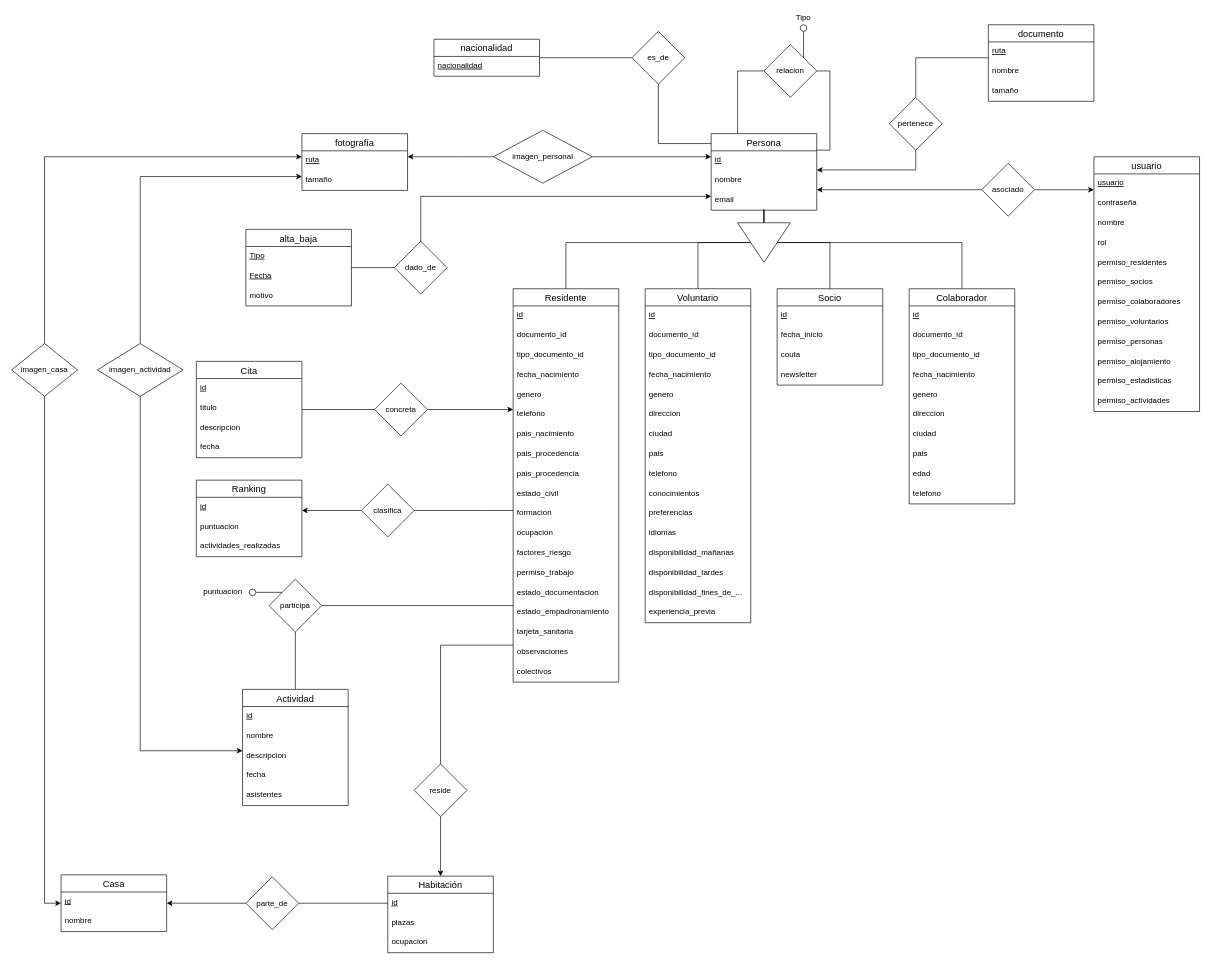
This is diseno/base_de_datos/ER.drawio from corderop/TFG, a draw.io file, before an edit. Source tidied: cells renumbered, new cells numbered last; positions are measured from the earlier drawing's top-left corner, leaving out a move shared by most shapes. Both pictures are drawn from the tidied source at 66%, with x=0, y=0 at pixel (11, 11).
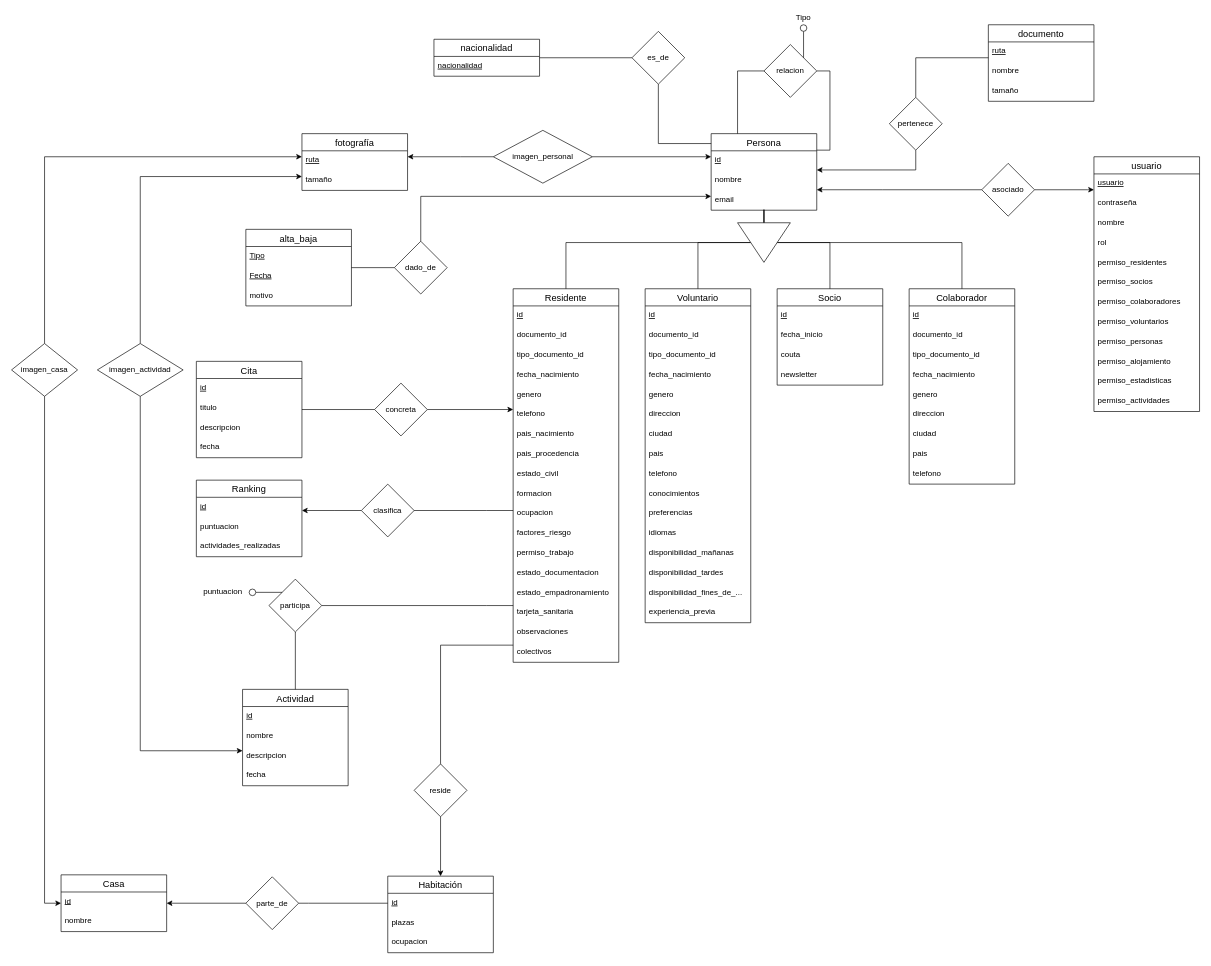
Above is the later version.

Commit message:
diseno: 🐛 Conjunto de correcciones en E/R

- País de procedencia estaba duplicado en residentes
- Elimina la edad de colaborador, ya que se podrá calcular a partir de su fecha de nacimiento
- Elimina el número de asistentes de una actividad, ya que se pueden calcular en base a participa

What changed in the source:
```diff
@@
     <mxCell id="29" value="Colaborador" style="swimlane;fontStyle=0;horizontal=1;startSize=26;align=center;fontSize=14;" parent="1" vertex="1">
-      <mxGeometry x="1360" y="420" width="160" height="326" as="geometry" />
+      <mxGeometry x="1360" y="420" width="160" height="296" as="geometry" />
     </mxCell>
@@
-    <mxCell id="38" value="edad" style="text;strokeColor=none;fillColor=none;spacingLeft=4;spacingRight=4;overflow=hidden;fontSize=12;" parent="29" vertex="1">
-      <mxGeometry y="266" width="160" height="30" as="geometry" />
-    </mxCell>
     <mxCell id="39" value="telefono" style="text;strokeColor=none;fillColor=none;spacingLeft=4;spacingRight=4;overflow=hidden;fontSize=12;" parent="29" vertex="1">
-      <mxGeometry y="296" width="160" height="30" as="geometry" />
+      <mxGeometry y="266" width="160" height="30" as="geometry" />
     </mxCell>
     <mxCell id="40" value="Residente" style="swimlane;fontStyle=0;horizontal=1;startSize=26;align=center;fontSize=14;" parent="1" vertex="1">
-      <mxGeometry x="760" y="420" width="160" height="596" as="geometry" />
+      <mxGeometry x="760" y="420" width="160" height="566" as="geometry" />
     </mxCell>
@@
-    <mxCell id="49" value="pais_procedencia" style="text;strokeColor=none;fillColor=none;spacingLeft=4;spacingRight=4;overflow=hidden;fontSize=12;" parent="40" vertex="1">
-      <mxGeometry y="266" width="160" height="30" as="geometry" />
-    </mxCell>
     <mxCell id="50" value="estado_civil" style="text;strokeColor=none;fillColor=none;spacingLeft=4;spacingRight=4;overflow=hidden;fontSize=12;" parent="40" vertex="1">
-      <mxGeometry y="296" width="160" height="30" as="geometry" />
+      <mxGeometry y="266" width="160" height="30" as="geometry" />
     </mxCell>
     <mxCell id="51" value="formacion" style="text;strokeColor=none;fillColor=none;spacingLeft=4;spacingRight=4;overflow=hidden;fontSize=12;" parent="40" vertex="1">
-      <mxGeometry y="326" width="160" height="30" as="geometry" />
+      <mxGeometry y="296" width="160" height="30" as="geometry" />
     </mxCell>
     <mxCell id="52" value="ocupacion" style="text;strokeColor=none;fillColor=none;spacingLeft=4;spacingRight=4;overflow=hidden;fontSize=12;" parent="40" vertex="1">
-      <mxGeometry y="356" width="160" height="30" as="geometry" />
+      <mxGeometry y="326" width="160" height="30" as="geometry" />
     </mxCell>
     <mxCell id="53" value="factores_riesgo" style="text;strokeColor=none;fillColor=none;spacingLeft=4;spacingRight=4;overflow=hidden;fontSize=12;" parent="40" vertex="1">
-      <mxGeometry y="386" width="160" height="30" as="geometry" />
+      <mxGeometry y="356" width="160" height="30" as="geometry" />
     </mxCell>
     <mxCell id="54" value="permiso_trabajo" style="text;strokeColor=none;fillColor=none;spacingLeft=4;spacingRight=4;overflow=hidden;fontSize=12;" parent="40" vertex="1">
-      <mxGeometry y="416" width="160" height="30" as="geometry" />
+      <mxGeometry y="386" width="160" height="30" as="geometry" />
     </mxCell>
     <mxCell id="55" value="estado_documentacion" style="text;strokeColor=none;fillColor=none;spacingLeft=4;spacingRight=4;overflow=hidden;fontSize=12;" parent="40" vertex="1">
-      <mxGeometry y="446" width="160" height="30" as="geometry" />
+      <mxGeometry y="416" width="160" height="30" as="geometry" />
     </mxCell>
     <mxCell id="56" value="estado_empadronamiento" style="text;strokeColor=none;fillColor=none;spacingLeft=4;spacingRight=4;overflow=hidden;fontSize=12;" parent="40" vertex="1">
-      <mxGeometry y="476" width="160" height="30" as="geometry" />
+      <mxGeometry y="446" width="160" height="30" as="geometry" />
     </mxCell>
     <mxCell id="57" value="tarjeta_sanitaria" style="text;strokeColor=none;fillColor=none;spacingLeft=4;spacingRight=4;overflow=hidden;fontSize=12;" parent="40" vertex="1">
-      <mxGeometry y="506" width="160" height="30" as="geometry" />
+      <mxGeometry y="476" width="160" height="30" as="geometry" />
     </mxCell>
     <mxCell id="58" value="observaciones" style="text;strokeColor=none;fillColor=none;spacingLeft=4;spacingRight=4;overflow=hidden;fontSize=12;" parent="40" vertex="1">
-      <mxGeometry y="536" width="160" height="30" as="geometry" />
+      <mxGeometry y="506" width="160" height="30" as="geometry" />
     </mxCell>
     <mxCell id="59" value="colectivos" style="text;strokeColor=none;fillColor=none;spacingLeft=4;spacingRight=4;overflow=hidden;fontSize=12;" parent="40" vertex="1">
-      <mxGeometry y="566" width="160" height="30" as="geometry" />
+      <mxGeometry y="536" width="160" height="30" as="geometry" />
     </mxCell>
@@
     <mxCell id="101" value="Actividad" style="swimlane;fontStyle=0;horizontal=1;startSize=26;align=center;fontSize=14;" parent="1" vertex="1">
-      <mxGeometry x="350" y="1027" width="160" height="176" as="geometry" />
+      <mxGeometry x="350" y="1027" width="160" height="146" as="geometry" />
     </mxCell>
@@
-    <mxCell id="106" value="asistentes" style="text;strokeColor=none;fillColor=none;spacingLeft=4;spacingRight=4;overflow=hidden;fontSize=12;" parent="101" vertex="1">
-      <mxGeometry y="146" width="160" height="30" as="geometry" />
-    </mxCell>
```
